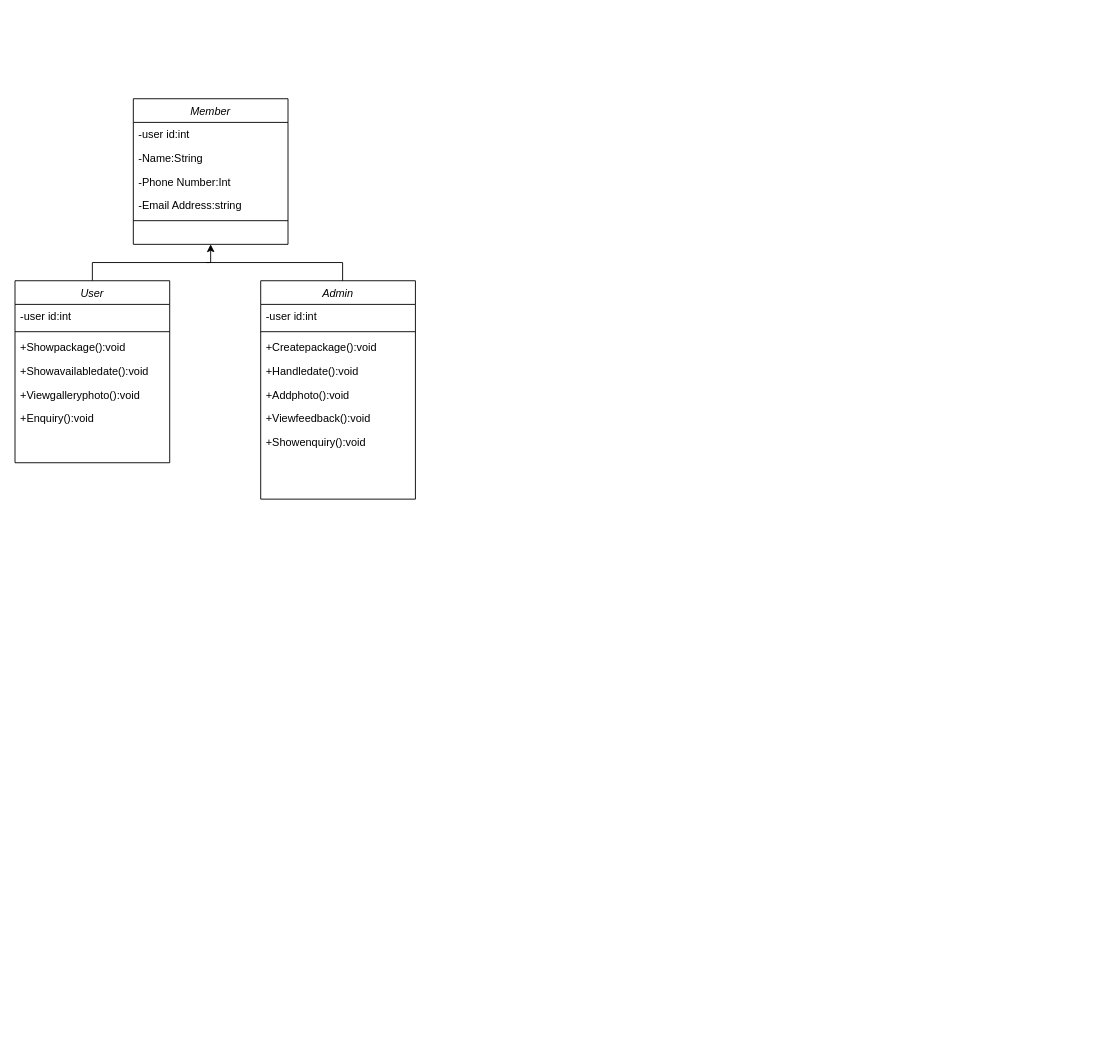
The draw.io diagram Untitled Diagram.drawio in harshbhatt2106/Sorting, before the edit. Source tidied: cells renumbered, new cells numbered last; positions are measured from the earlier drawing's top-left corner, leaving out a move shared by most shapes. Both pictures are drawn from the tidied source at 91%, with x=0, y=0 at pixel (15, 98).
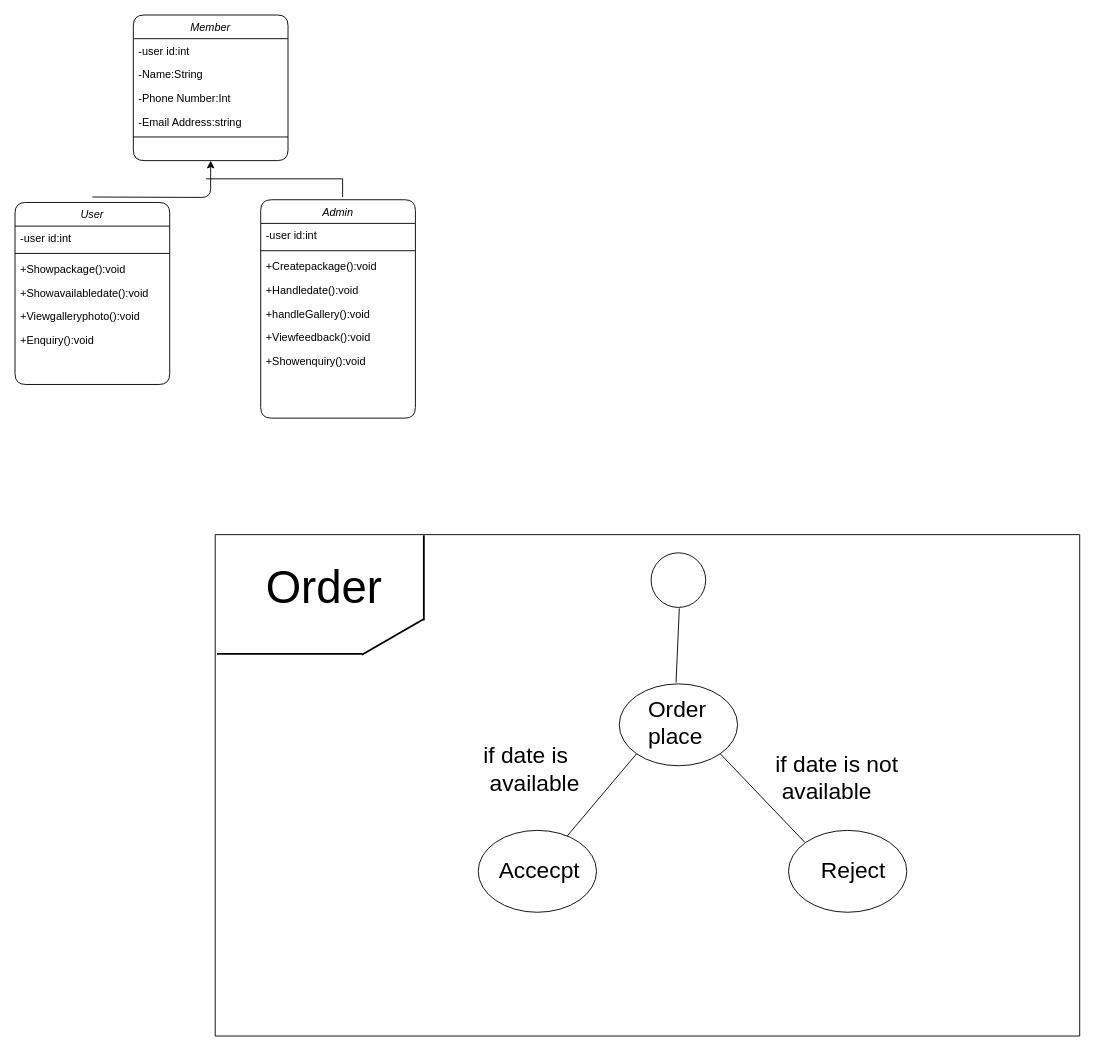
The same diagram, later.

The edit, as a diff of the source:
```diff
@@
-    <mxCell id="2" value="Member" style="swimlane;fontStyle=2;align=center;verticalAlign=top;horizontal=1;startSize=26;rounded=0;shadow=0;strokeWidth=1;" parent="1" vertex="1">
-      <mxGeometry x="130" width="170" height="160" as="geometry" />
+    <mxCell id="2" value="Member" style="swimlane;fontStyle=2;align=center;verticalAlign=top;horizontal=1;startSize=26;rounded=1;shadow=0;strokeWidth=1;" parent="1" vertex="1">
+      <mxGeometry x="130" y="-92" width="170" height="160" as="geometry" />
     </mxCell>
-    <mxCell id="3" value="-user id:int" style="text;align=left;verticalAlign=top;spacingLeft=4;spacingRight=4;overflow=hidden;rounded=0;shadow=0;html=0;" parent="2" vertex="1">
+    <mxCell id="3" value="-user id:int" style="text;align=left;verticalAlign=top;spacingLeft=4;spacingRight=4;overflow=hidden;rounded=1;shadow=0;html=0;" parent="2" vertex="1">
       <mxGeometry y="26" width="170" height="26" as="geometry" />
     </mxCell>
-    <mxCell id="4" value="-Name:String" style="text;align=left;verticalAlign=top;spacingLeft=4;spacingRight=4;overflow=hidden;" parent="2" vertex="1">
+    <mxCell id="4" value="-Name:String" style="text;align=left;verticalAlign=top;spacingLeft=4;spacingRight=4;overflow=hidden;rounded=1;" parent="2" vertex="1">
       <mxGeometry y="52" width="170" height="26" as="geometry" />
     </mxCell>
-    <mxCell id="5" value="-Phone Number:Int" style="text;align=left;verticalAlign=top;spacingLeft=4;spacingRight=4;overflow=hidden;rounded=0;shadow=0;html=0;" parent="2" vertex="1">
+    <mxCell id="5" value="-Phone Number:Int" style="text;align=left;verticalAlign=top;spacingLeft=4;spacingRight=4;overflow=hidden;rounded=1;shadow=0;html=0;" parent="2" vertex="1">
       <mxGeometry y="78" width="170" height="26" as="geometry" />
     </mxCell>
-    <mxCell id="6" value="-Email Address:string" style="text;align=left;verticalAlign=top;spacingLeft=4;spacingRight=4;overflow=hidden;rounded=0;shadow=0;html=0;" parent="2" vertex="1">
+    <mxCell id="6" value="-Email Address:string" style="text;align=left;verticalAlign=top;spacingLeft=4;spacingRight=4;overflow=hidden;rounded=1;shadow=0;html=0;" parent="2" vertex="1">
       <mxGeometry y="104" width="170" height="26" as="geometry" />
     </mxCell>
-    <mxCell id="7" style="line;html=1;strokeWidth=1;align=left;verticalAlign=middle;spacingTop=-1;spacingLeft=3;spacingRight=3;labelPosition=right;" parent="2" vertex="1">
+    <mxCell id="7" style="line;html=1;strokeWidth=1;align=left;verticalAlign=middle;spacingTop=-1;spacingLeft=3;spacingRight=3;labelPosition=right;rounded=1;" parent="2" vertex="1">
       <mxGeometry y="130" width="170" height="8" as="geometry" />
     </mxCell>
-    <mxCell id="8" style="edgeStyle=orthogonalEdgeStyle;rounded=0;jettySize=auto;html=1;entryX=0.5;entryY=1;entryDx=0;entryDy=0;" parent="1" edge="1" source="9" target="2">
-      <mxGeometry relative="1" as="geometry" />
+    <mxCell id="8" style="edgeStyle=orthogonalEdgeStyle;rounded=1;jettySize=auto;html=1;entryX=0.5;entryY=1;entryDx=0;entryDy=0;" parent="1" edge="1" target="2">
+      <mxGeometry relative="1" as="geometry">
+        <mxPoint x="85" y="108" as="sourcePoint" />
+      </mxGeometry>
     </mxCell>
-    <mxCell id="9" value="User" style="swimlane;fontStyle=2;align=center;verticalAlign=top;horizontal=1;startSize=26;rounded=0;shadow=0;strokeWidth=1;" parent="1" vertex="1">
-      <mxGeometry y="200" width="170" height="200" as="geometry" />
+    <mxCell id="9" value="User" style="swimlane;fontStyle=2;align=center;verticalAlign=top;horizontal=1;startSize=26;rounded=1;shadow=0;strokeWidth=1;" parent="1" vertex="1">
+      <mxGeometry y="114" width="170" height="200" as="geometry" />
     </mxCell>
-    <mxCell id="10" value="-user id:int" style="text;align=left;verticalAlign=top;spacingLeft=4;spacingRight=4;overflow=hidden;rounded=0;shadow=0;html=0;" parent="9" vertex="1">
+    <mxCell id="10" value="-user id:int" style="text;align=left;verticalAlign=top;spacingLeft=4;spacingRight=4;overflow=hidden;rounded=1;shadow=0;html=0;" parent="9" vertex="1">
       <mxGeometry y="26" width="170" height="26" as="geometry" />
     </mxCell>
-    <mxCell id="11" style="line;html=1;strokeWidth=1;align=left;verticalAlign=middle;spacingTop=-1;spacingLeft=3;spacingRight=3;labelPosition=right;" parent="9" vertex="1">
+    <mxCell id="11" style="line;html=1;strokeWidth=1;align=left;verticalAlign=middle;spacingTop=-1;spacingLeft=3;spacingRight=3;labelPosition=right;rounded=1;" parent="9" vertex="1">
       <mxGeometry y="52" width="170" height="8" as="geometry" />
     </mxCell>
-    <mxCell id="12" value="+Showpackage():void" style="text;align=left;verticalAlign=top;spacingLeft=4;spacingRight=4;overflow=hidden;rounded=0;shadow=0;html=0;" parent="9" vertex="1">
+    <mxCell id="12" value="+Showpackage():void" style="text;align=left;verticalAlign=top;spacingLeft=4;spacingRight=4;overflow=hidden;rounded=1;shadow=0;html=0;" parent="9" vertex="1">
       <mxGeometry y="60" width="170" height="26" as="geometry" />
     </mxCell>
-    <mxCell id="13" value="+Showavailabledate():void" style="text;align=left;verticalAlign=top;spacingLeft=4;spacingRight=4;overflow=hidden;rounded=0;shadow=0;html=0;" parent="9" vertex="1">
+    <mxCell id="13" value="+Showavailabledate():void" style="text;align=left;verticalAlign=top;spacingLeft=4;spacingRight=4;overflow=hidden;rounded=1;shadow=0;html=0;" parent="9" vertex="1">
       <mxGeometry y="86" width="170" height="26" as="geometry" />
     </mxCell>
-    <mxCell id="14" value="+Viewgalleryphoto():void" style="text;align=left;verticalAlign=top;spacingLeft=4;spacingRight=4;overflow=hidden;rounded=0;shadow=0;html=0;" parent="9" vertex="1">
+    <mxCell id="14" value="+Viewgalleryphoto():void" style="text;align=left;verticalAlign=top;spacingLeft=4;spacingRight=4;overflow=hidden;rounded=1;shadow=0;html=0;" parent="9" vertex="1">
       <mxGeometry y="112" width="170" height="26" as="geometry" />
     </mxCell>
-    <mxCell id="15" value="+Enquiry():void" style="text;align=left;verticalAlign=top;spacingLeft=4;spacingRight=4;overflow=hidden;rounded=0;shadow=0;html=0;" parent="9" vertex="1">
+    <mxCell id="15" value="+Enquiry():void" style="text;align=left;verticalAlign=top;spacingLeft=4;spacingRight=4;overflow=hidden;rounded=1;shadow=0;html=0;" parent="9" vertex="1">
       <mxGeometry y="138" width="170" height="26" as="geometry" />
     </mxCell>
-    <mxCell id="16" value="Admin" style="swimlane;fontStyle=2;align=center;verticalAlign=top;horizontal=1;startSize=26;rounded=0;shadow=0;strokeWidth=1;" parent="1" vertex="1">
-      <mxGeometry x="270" y="200" width="170" height="240" as="geometry" />
+    <mxCell id="16" value="Admin" style="swimlane;fontStyle=2;align=center;verticalAlign=top;horizontal=1;startSize=26;rounded=1;shadow=0;strokeWidth=1;" parent="1" vertex="1">
+      <mxGeometry x="270" y="111" width="170" height="240" as="geometry" />
     </mxCell>
-    <mxCell id="17" value="-user id:int" style="text;align=left;verticalAlign=top;spacingLeft=4;spacingRight=4;overflow=hidden;rounded=0;shadow=0;html=0;" parent="16" vertex="1">
+    <mxCell id="17" value="-user id:int" style="text;align=left;verticalAlign=top;spacingLeft=4;spacingRight=4;overflow=hidden;rounded=1;shadow=0;html=0;" parent="16" vertex="1">
       <mxGeometry y="26" width="170" height="26" as="geometry" />
     </mxCell>
-    <mxCell id="18" style="line;html=1;strokeWidth=1;align=left;verticalAlign=middle;spacingTop=-1;spacingLeft=3;spacingRight=3;labelPosition=right;" parent="16" vertex="1">
+    <mxCell id="18" style="line;html=1;strokeWidth=1;align=left;verticalAlign=middle;spacingTop=-1;spacingLeft=3;spacingRight=3;labelPosition=right;rounded=1;" parent="16" vertex="1">
       <mxGeometry y="52" width="170" height="8" as="geometry" />
     </mxCell>
-    <mxCell id="19" value="+Createpackage():void" style="text;align=left;verticalAlign=top;spacingLeft=4;spacingRight=4;overflow=hidden;rounded=0;shadow=0;html=0;" parent="16" vertex="1">
+    <mxCell id="19" value="+Createpackage():void" style="text;align=left;verticalAlign=top;spacingLeft=4;spacingRight=4;overflow=hidden;rounded=1;shadow=0;html=0;" parent="16" vertex="1">
       <mxGeometry y="60" width="170" height="26" as="geometry" />
     </mxCell>
-    <mxCell id="20" value="+Handledate():void" style="text;align=left;verticalAlign=top;spacingLeft=4;spacingRight=4;overflow=hidden;rounded=0;shadow=0;html=0;" parent="16" vertex="1">
+    <mxCell id="20" value="+Handledate():void" style="text;align=left;verticalAlign=top;spacingLeft=4;spacingRight=4;overflow=hidden;rounded=1;shadow=0;html=0;" parent="16" vertex="1">
       <mxGeometry y="86" width="170" height="26" as="geometry" />
     </mxCell>
-    <mxCell id="21" value="+Addphoto():void" style="text;align=left;verticalAlign=top;spacingLeft=4;spacingRight=4;overflow=hidden;rounded=0;shadow=0;html=0;" parent="16" vertex="1">
+    <mxCell id="21" value="+handleGallery():void" style="text;align=left;verticalAlign=top;spacingLeft=4;spacingRight=4;overflow=hidden;rounded=1;shadow=0;html=0;" parent="16" vertex="1">
       <mxGeometry y="112" width="170" height="26" as="geometry" />
     </mxCell>
-    <mxCell id="22" value="+Viewfeedback():void" style="text;align=left;verticalAlign=top;spacingLeft=4;spacingRight=4;overflow=hidden;rounded=0;shadow=0;html=0;" parent="16" vertex="1">
+    <mxCell id="22" value="+Viewfeedback():void" style="text;align=left;verticalAlign=top;spacingLeft=4;spacingRight=4;overflow=hidden;rounded=1;shadow=0;html=0;" parent="16" vertex="1">
       <mxGeometry y="138" width="170" height="26" as="geometry" />
     </mxCell>
-    <mxCell id="23" value="+Showenquiry():void" style="text;align=left;verticalAlign=top;spacingLeft=4;spacingRight=4;overflow=hidden;rounded=0;shadow=0;html=0;" parent="16" vertex="1">
+    <mxCell id="23" value="+Showenquiry():void" style="text;align=left;verticalAlign=top;spacingLeft=4;spacingRight=4;overflow=hidden;rounded=1;shadow=0;html=0;" parent="16" vertex="1">
       <mxGeometry y="164" width="170" height="26" as="geometry" />
     </mxCell>
-    <mxCell id="24" style="endArrow=none;html=1;rounded=0;" parent="1" edge="1">
+    <mxCell id="24" style="endArrow=none;html=1;rounded=1;" parent="1" edge="1">
       <mxGeometry relative="1" as="geometry">
-        <mxPoint x="210" y="180" as="sourcePoint" />
-        <mxPoint x="360" y="180" as="targetPoint" />
+        <mxPoint x="210" y="88" as="sourcePoint" />
+        <mxPoint x="360" y="88" as="targetPoint" />
       </mxGeometry>
     </mxCell>
-    <mxCell id="25" style="endArrow=none;html=1;rounded=0;exitX=0.5;exitY=0;exitDx=0;exitDy=0;" parent="1" edge="1">
+    <mxCell id="25" style="endArrow=none;html=1;rounded=1;exitX=0.5;exitY=0;exitDx=0;exitDy=0;" parent="1" edge="1">
       <mxGeometry relative="1" as="geometry">
-        <mxPoint x="360" y="200" as="sourcePoint" />
-        <mxPoint x="360" y="180" as="targetPoint" />
+        <mxPoint x="360" y="108" as="sourcePoint" />
+        <mxPoint x="360" y="88" as="targetPoint" />
       </mxGeometry>
     </mxCell>
+    <mxCell id="26" style="swimlane;startSize=0;rounded=1;" parent="1" vertex="1">
+      <mxGeometry x="220" y="479" width="950" height="551" as="geometry" />
+    </mxCell>
+    <mxCell id="27" value="Order" style="text;align=left;verticalAlign=top;spacingLeft=4;spacingRight=4;overflow=hidden;rounded=1;shadow=0;html=0;fontSize=50;" parent="26" vertex="1">
+      <mxGeometry x="50" y="20" width="170" height="89" as="geometry" />
+    </mxCell>
+    <mxCell id="28" style="line;strokeWidth=2;html=1;rotation=-90;rounded=1;" parent="26" vertex="1">
+      <mxGeometry x="182.5" y="27.5" width="93.5" height="40" as="geometry" />
+    </mxCell>
+    <mxCell id="29" style="line;strokeWidth=2;html=1;rounded=1;" parent="26" vertex="1">
+      <mxGeometry x="2" y="126" width="160" height="10" as="geometry" />
+    </mxCell>
+    <mxCell id="30" style="line;strokeWidth=2;html=1;rotation=-30;rounded=1;" parent="26" vertex="1">
+      <mxGeometry x="156" y="12" width="78" height="201" as="geometry" />
+    </mxCell>
+    <mxCell id="31" style="ellipse;whiteSpace=wrap;html=1;rounded=1;" parent="26" vertex="1">
+      <mxGeometry x="444" y="164" width="130" height="90" as="geometry" />
+    </mxCell>
+    <mxCell id="32" value="Order&#10;place" style="text;align=left;verticalAlign=top;spacingLeft=4;spacingRight=4;overflow=hidden;rounded=1;shadow=0;html=0;fontSize=25;" parent="26" vertex="1">
+      <mxGeometry x="470" y="170" width="150" height="60" as="geometry" />
+    </mxCell>
+    <mxCell id="33" style="endArrow=none;html=1;rounded=1;exitX=0.48;exitY=-0.016;exitDx=0;exitDy=0;exitPerimeter=0;" parent="26" edge="1" source="31">
+      <mxGeometry relative="1" as="geometry">
+        <mxPoint x="510" y="81" as="targetPoint" />
+      </mxGeometry>
+    </mxCell>
+    <mxCell id="34" style="ellipse;whiteSpace=wrap;html=1;rounded=1;" parent="26" vertex="1">
+      <mxGeometry x="289" y="325" width="130" height="90" as="geometry" />
+    </mxCell>
+    <mxCell id="35" value="Accecpt" style="text;align=left;verticalAlign=top;spacingLeft=4;spacingRight=4;overflow=hidden;rounded=1;shadow=0;html=0;fontSize=25;" parent="26" vertex="1">
+      <mxGeometry x="306" y="347" width="150" height="60" as="geometry" />
+    </mxCell>
+    <mxCell id="36" style="ellipse;whiteSpace=wrap;html=1;rounded=1;" parent="26" vertex="1">
+      <mxGeometry x="630" y="325" width="130" height="90" as="geometry" />
+    </mxCell>
+    <mxCell id="37" value="Reject" style="text;align=left;verticalAlign=top;spacingLeft=4;spacingRight=4;overflow=hidden;rounded=1;shadow=0;html=0;fontSize=25;" parent="26" vertex="1">
+      <mxGeometry x="660" y="347" width="150" height="60" as="geometry" />
+    </mxCell>
+    <mxCell id="38" style="endArrow=none;html=1;rounded=1;exitX=0;exitY=0;exitDx=0;exitDy=0;entryX=1;entryY=1;entryDx=0;entryDy=0;" parent="26" edge="1" target="31">
+      <mxGeometry relative="1" as="geometry">
+        <mxPoint x="648" y="338.2" as="sourcePoint" />
+      </mxGeometry>
+    </mxCell>
+    <mxCell id="39" style="endArrow=none;html=1;rounded=1;entryX=0;entryY=1;entryDx=0;entryDy=0;" parent="26" edge="1" source="34" target="31">
+      <mxGeometry relative="1" as="geometry" />
+    </mxCell>
+    <mxCell id="40" value="if date is not&#10; available" style="text;align=left;verticalAlign=top;spacingLeft=4;spacingRight=4;overflow=hidden;rounded=1;shadow=0;html=0;fontSize=25;" parent="26" vertex="1">
+      <mxGeometry x="610" y="230" width="160" height="70" as="geometry" />
+    </mxCell>
+    <mxCell id="41" value="if date is&#10; available" style="text;align=left;verticalAlign=top;spacingLeft=4;spacingRight=4;overflow=hidden;rounded=1;shadow=0;html=0;fontSize=25;" parent="26" vertex="1">
+      <mxGeometry x="289" y="221" width="160" height="70" as="geometry" />
+    </mxCell>
+    <mxCell id="42" style="verticalLabelPosition=bottom;verticalAlign=top;html=1;shape=mxgraph.flowchart.on-page_reference;labelBackgroundColor=#000033;rounded=1;" parent="26" vertex="1">
+      <mxGeometry x="479" y="20" width="60" height="60" as="geometry" />
+    </mxCell>
```
